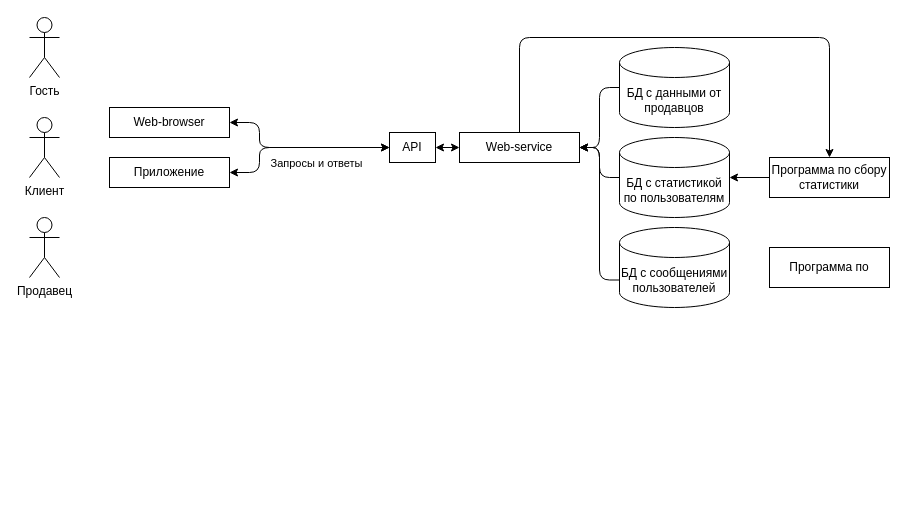
Before: Диаграмма без названия.drawio in IlyaSannikow/e-catalog.ru, a draw.io diagram. Source tidied: cells renumbered, new cells numbered last; positions are measured from the earlier drawing's top-left corner, leaving out a move shared by most shapes. Both pictures are drawn from the tidied source at 100%, with x=0, y=0 at pixel (29, 17).
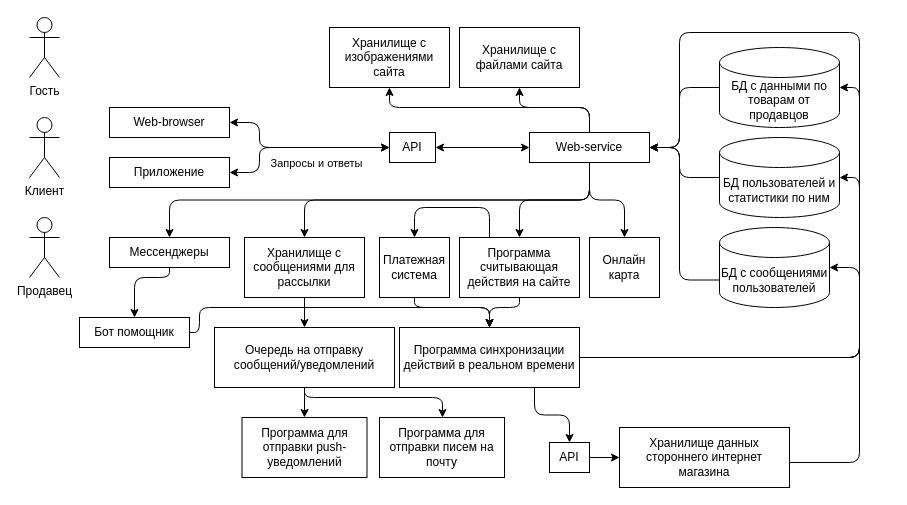
The same page after the edit.

Commit message:
Диаграмма компонентов

Diff of the diagram source:
```diff
@@
-    <mxCell id="7" style="edgeStyle=orthogonalEdgeStyle;rounded=1;jettySize=auto;html=1;exitX=0.5;exitY=0;exitDx=0;exitDy=0;entryX=0.5;entryY=0;entryDx=0;entryDy=0;" parent="1" edge="1" source="8" target="20">
-      <mxGeometry relative="1" as="geometry">
-        <Array as="points">
-          <mxPoint x="490" y="20" />
-          <mxPoint x="800" y="20" />
-        </Array>
-      </mxGeometry>
-    </mxCell>
+    <mxCell id="23" style="edgeStyle=orthogonalEdgeStyle;rounded=1;jettySize=auto;html=1;exitX=0.5;exitY=1;exitDx=0;exitDy=0;entryX=0.5;entryY=0;entryDx=0;entryDy=0;" parent="1" edge="1" source="8" target="22">
+      <mxGeometry relative="1" as="geometry" />
+    </mxCell>
+    <mxCell id="24" style="edgeStyle=orthogonalEdgeStyle;rounded=1;jettySize=auto;html=1;exitX=0.25;exitY=0;exitDx=0;exitDy=0;entryX=0.5;entryY=0;entryDx=0;entryDy=0;" parent="1" edge="1" source="22" target="29">
+      <mxGeometry relative="1" as="geometry">
+        <Array as="points">
+          <mxPoint x="460" y="190" />
+          <mxPoint x="385" y="190" />
+        </Array>
+      </mxGeometry>
+    </mxCell>
+    <mxCell id="25" style="edgeStyle=orthogonalEdgeStyle;rounded=1;jettySize=auto;html=1;exitX=0.5;exitY=0;exitDx=0;exitDy=0;entryX=0.5;entryY=1;entryDx=0;entryDy=0;" parent="1" edge="1" source="8" target="49">
+      <mxGeometry relative="1" as="geometry">
+        <Array as="points">
+          <mxPoint x="560" y="90" />
+          <mxPoint x="490" y="90" />
+        </Array>
+      </mxGeometry>
+    </mxCell>
+    <mxCell id="26" style="edgeStyle=orthogonalEdgeStyle;rounded=1;jettySize=auto;html=1;exitX=0.5;exitY=0;exitDx=0;exitDy=0;entryX=0.5;entryY=1;entryDx=0;entryDy=0;" parent="1" edge="1" source="8" target="50">
+      <mxGeometry relative="1" as="geometry">
+        <Array as="points">
+          <mxPoint x="560" y="90" />
+          <mxPoint x="360" y="90" />
+        </Array>
+      </mxGeometry>
+    </mxCell>
+    <mxCell id="27" style="edgeStyle=orthogonalEdgeStyle;rounded=1;jettySize=auto;html=1;exitX=0.5;exitY=1;exitDx=0;exitDy=0;entryX=0.5;entryY=0;entryDx=0;entryDy=0;" parent="1" edge="1" source="8" target="52">
+      <mxGeometry relative="1" as="geometry" />
+    </mxCell>
+    <mxCell id="28" style="edgeStyle=orthogonalEdgeStyle;rounded=1;jettySize=auto;html=1;exitX=0.5;exitY=1;exitDx=0;exitDy=0;entryX=0.5;entryY=0;entryDx=0;entryDy=0;" parent="1" edge="1" source="8" target="55">
+      <mxGeometry relative="1" as="geometry" />
+    </mxCell>
     <mxCell id="8" value="Web-service" style="rounded=0;whiteSpace=wrap;html=1;" parent="1" vertex="1">
-      <mxGeometry x="430" y="115" width="120" height="30" as="geometry" />
+      <mxGeometry x="500" y="115" width="120" height="30" as="geometry" />
     </mxCell>
@@
-    <mxCell id="14" value="БД с данными от продавцов" style="shape=cylinder3;whiteSpace=wrap;html=1;boundedLbl=1;backgroundOutline=1;size=15;" parent="1" vertex="1">
-      <mxGeometry x="590" y="30" width="110" height="80" as="geometry" />
+    <mxCell id="14" value="БД с данными по товарам от продавцов" style="shape=cylinder3;whiteSpace=wrap;html=1;boundedLbl=1;backgroundOutline=1;size=15;" parent="1" vertex="1">
+      <mxGeometry x="690" y="30" width="120" height="80" as="geometry" />
     </mxCell>
-    <mxCell id="15" value="БД с статистикой по пользователям" style="shape=cylinder3;whiteSpace=wrap;html=1;boundedLbl=1;backgroundOutline=1;size=15;" parent="1" vertex="1">
-      <mxGeometry x="590" y="120" width="110" height="80" as="geometry" />
+    <mxCell id="15" value="БД пользователей и статистики по ним" style="shape=cylinder3;whiteSpace=wrap;html=1;boundedLbl=1;backgroundOutline=1;size=15;" parent="1" vertex="1">
+      <mxGeometry x="690" y="120" width="120" height="80" as="geometry" />
     </mxCell>
     <mxCell id="16" value="БД с сообщениями пользователей" style="shape=cylinder3;whiteSpace=wrap;html=1;boundedLbl=1;backgroundOutline=1;size=15;" parent="1" vertex="1">
-      <mxGeometry x="590" y="210" width="110" height="80" as="geometry" />
+      <mxGeometry x="690" y="210" width="110" height="80" as="geometry" />
     </mxCell>
     <mxCell id="17" style="endArrow=classic;html=1;rounded=1;exitX=0;exitY=0.5;exitDx=0;exitDy=0;exitPerimeter=0;entryX=1;entryY=0.5;entryDx=0;entryDy=0;edgeStyle=orthogonalEdgeStyle;" parent="1" edge="1" source="14" target="8">
-      <mxGeometry relative="1" as="geometry" />
+      <mxGeometry relative="1" as="geometry">
+        <Array as="points">
+          <mxPoint x="650" y="70" />
+          <mxPoint x="650" y="130" />
+        </Array>
+      </mxGeometry>
     </mxCell>
     <mxCell id="18" style="endArrow=classic;html=1;rounded=1;exitX=0;exitY=0.5;exitDx=0;exitDy=0;exitPerimeter=0;entryX=1;entryY=0.5;entryDx=0;entryDy=0;edgeStyle=orthogonalEdgeStyle;" parent="1" edge="1" source="15" target="8">
-      <mxGeometry relative="1" as="geometry" />
+      <mxGeometry relative="1" as="geometry">
+        <Array as="points">
+          <mxPoint x="650" y="160" />
+          <mxPoint x="650" y="130" />
+        </Array>
+      </mxGeometry>
     </mxCell>
     <mxCell id="19" style="endArrow=classic;html=1;rounded=1;exitX=0;exitY=0;exitDx=0;exitDy=52.5;exitPerimeter=0;entryX=1;entryY=0.5;entryDx=0;entryDy=0;edgeStyle=orthogonalEdgeStyle;" parent="1" edge="1" source="16" target="8">
       <mxGeometry relative="1" as="geometry">
         <Array as="points">
-          <mxPoint x="570" y="262" />
-          <mxPoint x="570" y="130" />
+          <mxPoint x="650" y="263" />
+          <mxPoint x="650" y="130" />
         </Array>
       </mxGeometry>
     </mxCell>
-    <mxCell id="20" value="Программа по сбору статистики" style="rounded=0;whiteSpace=wrap;html=1;" parent="1" vertex="1">
-      <mxGeometry x="740" y="140" width="120" height="40" as="geometry" />
-    </mxCell>
-    <mxCell id="21" style="endArrow=classic;html=1;rounded=1;entryX=1;entryY=0.5;entryDx=0;entryDy=0;entryPerimeter=0;exitX=0;exitY=0.5;exitDx=0;exitDy=0;edgeStyle=orthogonalEdgeStyle;" parent="1" edge="1" source="20" target="15">
-      <mxGeometry relative="1" as="geometry" />
-    </mxCell>
-    <mxCell id="22" value="Программа по" style="rounded=0;whiteSpace=wrap;html=1;" parent="1" vertex="1">
-      <mxGeometry x="740" y="230" width="120" height="40" as="geometry" />
+    <mxCell id="22" value="Программа считывающая действия на сайте" style="rounded=0;whiteSpace=wrap;html=1;" parent="1" vertex="1">
+      <mxGeometry x="430" y="220" width="120" height="60" as="geometry" />
     </mxCell>
+    <mxCell id="29" value="Платежная система" style="rounded=0;whiteSpace=wrap;html=1;" parent="1" vertex="1">
+      <mxGeometry x="350" y="220" width="70" height="60" as="geometry" />
+    </mxCell>
+    <mxCell id="30" value="Программа синхронизации действий в реальном времени" style="rounded=0;whiteSpace=wrap;html=1;" parent="1" vertex="1">
+      <mxGeometry x="370" y="310" width="180" height="60" as="geometry" />
+    </mxCell>
+    <mxCell id="31" style="edgeStyle=orthogonalEdgeStyle;rounded=1;jettySize=auto;html=1;exitX=0.5;exitY=1;exitDx=0;exitDy=0;entryX=0.5;entryY=0;entryDx=0;entryDy=0;" parent="1" edge="1" source="22" target="30">
+      <mxGeometry relative="1" as="geometry">
+        <Array as="points">
+          <mxPoint x="490" y="290" />
+          <mxPoint x="460" y="290" />
+        </Array>
+      </mxGeometry>
+    </mxCell>
+    <mxCell id="32" style="edgeStyle=orthogonalEdgeStyle;rounded=1;jettySize=auto;html=1;exitX=1;exitY=0.5;exitDx=0;exitDy=0;entryX=1;entryY=0.5;entryDx=0;entryDy=0;entryPerimeter=0;" parent="1" edge="1" source="30" target="16">
+      <mxGeometry relative="1" as="geometry">
+        <Array as="points">
+          <mxPoint x="830" y="340" />
+          <mxPoint x="830" y="250" />
+        </Array>
+      </mxGeometry>
+    </mxCell>
+    <mxCell id="33" style="edgeStyle=orthogonalEdgeStyle;rounded=1;jettySize=auto;html=1;exitX=1;exitY=0.5;exitDx=0;exitDy=0;entryX=1;entryY=0.5;entryDx=0;entryDy=0;entryPerimeter=0;" parent="1" edge="1" source="30" target="15">
+      <mxGeometry relative="1" as="geometry" />
+    </mxCell>
+    <mxCell id="34" style="edgeStyle=orthogonalEdgeStyle;rounded=1;jettySize=auto;html=1;exitX=1;exitY=0.5;exitDx=0;exitDy=0;entryX=1;entryY=0.5;entryDx=0;entryDy=0;entryPerimeter=0;" parent="1" edge="1" source="30" target="14">
+      <mxGeometry relative="1" as="geometry">
+        <Array as="points">
+          <mxPoint x="830" y="340" />
+          <mxPoint x="830" y="70" />
+        </Array>
+      </mxGeometry>
+    </mxCell>
+    <mxCell id="35" style="edgeStyle=orthogonalEdgeStyle;rounded=1;jettySize=auto;html=1;exitX=0.5;exitY=1;exitDx=0;exitDy=0;entryX=0.5;entryY=0;entryDx=0;entryDy=0;" parent="1" edge="1" source="29" target="30">
+      <mxGeometry relative="1" as="geometry">
+        <Array as="points">
+          <mxPoint x="385" y="290" />
+          <mxPoint x="460" y="290" />
+        </Array>
+      </mxGeometry>
+    </mxCell>
+    <mxCell id="36" value="API" style="rounded=0;whiteSpace=wrap;html=1;" parent="1" vertex="1">
+      <mxGeometry x="520" y="425" width="40" height="30" as="geometry" />
+    </mxCell>
+    <mxCell id="37" style="endArrow=classic;html=1;rounded=1;entryX=0.5;entryY=0;entryDx=0;entryDy=0;exitX=0.75;exitY=1;exitDx=0;exitDy=0;edgeStyle=orthogonalEdgeStyle;" parent="1" edge="1" source="30" target="36">
+      <mxGeometry relative="1" as="geometry" />
+    </mxCell>
+    <mxCell id="38" style="edgeStyle=orthogonalEdgeStyle;rounded=1;jettySize=auto;html=1;exitX=1;exitY=0.5;exitDx=0;exitDy=0;entryX=0;entryY=0.5;entryDx=0;entryDy=0;" parent="1" edge="1" source="36" target="40">
+      <mxGeometry relative="1" as="geometry" />
+    </mxCell>
+    <mxCell id="39" style="edgeStyle=orthogonalEdgeStyle;rounded=1;orthogonalLoop=1;jettySize=auto;html=1;exitX=1;exitY=0.5;exitDx=0;exitDy=0;" parent="1" edge="1">
+      <mxGeometry relative="1" as="geometry">
+        <mxPoint x="760" y="445" as="sourcePoint" />
+        <mxPoint x="620" y="130" as="targetPoint" />
+        <Array as="points">
+          <mxPoint x="830" y="445" />
+          <mxPoint x="830" y="15" />
+          <mxPoint x="650" y="15" />
+          <mxPoint x="650" y="130" />
+          <mxPoint x="620" y="130" />
+        </Array>
+      </mxGeometry>
+    </mxCell>
+    <mxCell id="40" value="Хранилище данных стороннего интернет магазина" style="rounded=0;whiteSpace=wrap;html=1;" parent="1" vertex="1">
+      <mxGeometry x="590" y="410" width="170" height="60" as="geometry" />
+    </mxCell>
+    <mxCell id="41" value="Программа для отправки push-уведомлений" style="rounded=0;whiteSpace=wrap;html=1;" parent="1" vertex="1">
+      <mxGeometry x="212.5" y="400" width="125" height="60" as="geometry" />
+    </mxCell>
+    <mxCell id="42" style="edgeStyle=orthogonalEdgeStyle;rounded=1;jettySize=auto;html=1;exitX=0.5;exitY=1;exitDx=0;exitDy=0;entryX=0.5;entryY=0;entryDx=0;entryDy=0;" parent="1" edge="1" source="48" target="46">
+      <mxGeometry relative="1" as="geometry" />
+    </mxCell>
+    <mxCell id="43" style="edgeStyle=orthogonalEdgeStyle;rounded=1;jettySize=auto;html=1;exitX=0.5;exitY=1;exitDx=0;exitDy=0;entryX=0.5;entryY=0;entryDx=0;entryDy=0;" parent="1" edge="1" source="8" target="48">
+      <mxGeometry relative="1" as="geometry" />
+    </mxCell>
+    <mxCell id="44" style="edgeStyle=orthogonalEdgeStyle;rounded=1;jettySize=auto;html=1;exitX=0.5;exitY=1;exitDx=0;exitDy=0;entryX=0.5;entryY=0;entryDx=0;entryDy=0;" parent="1" edge="1" source="46" target="41">
+      <mxGeometry relative="1" as="geometry" />
+    </mxCell>
+    <mxCell id="45" style="edgeStyle=orthogonalEdgeStyle;rounded=1;jettySize=auto;html=1;exitX=0.5;exitY=1;exitDx=0;exitDy=0;" parent="1" edge="1" source="46" target="47">
+      <mxGeometry relative="1" as="geometry">
+        <Array as="points">
+          <mxPoint x="275" y="380" />
+          <mxPoint x="413" y="380" />
+        </Array>
+      </mxGeometry>
+    </mxCell>
+    <mxCell id="46" value="Очередь на отправку сообщений/уведомлений" style="rounded=0;whiteSpace=wrap;html=1;" parent="1" vertex="1">
+      <mxGeometry x="185" y="310" width="180" height="60" as="geometry" />
+    </mxCell>
+    <mxCell id="47" value="Программа для отправки писем на почту" style="rounded=0;whiteSpace=wrap;html=1;" parent="1" vertex="1">
+      <mxGeometry x="350" y="400" width="125" height="60" as="geometry" />
+    </mxCell>
+    <mxCell id="48" value="Хранилище с сообщениями для рассылки" style="rounded=0;whiteSpace=wrap;html=1;" parent="1" vertex="1">
+      <mxGeometry x="215" y="220" width="120" height="60" as="geometry" />
+    </mxCell>
+    <mxCell id="49" value="Хранилище с файлами сайта" style="rounded=0;whiteSpace=wrap;html=1;" parent="1" vertex="1">
+      <mxGeometry x="430" y="10" width="120" height="60" as="geometry" />
+    </mxCell>
+    <mxCell id="50" value="Хранилище с изображениями сайта" style="rounded=0;whiteSpace=wrap;html=1;" parent="1" vertex="1">
+      <mxGeometry x="300" y="10" width="120" height="60" as="geometry" />
+    </mxCell>
+    <mxCell id="51" style="edgeStyle=orthogonalEdgeStyle;rounded=1;jettySize=auto;html=1;exitX=0.5;exitY=1;exitDx=0;exitDy=0;entryX=0.5;entryY=0;entryDx=0;entryDy=0;" parent="1" edge="1" source="52" target="54">
+      <mxGeometry relative="1" as="geometry">
+        <Array as="points">
+          <mxPoint x="140" y="260" />
+          <mxPoint x="105" y="260" />
+        </Array>
+      </mxGeometry>
+    </mxCell>
+    <mxCell id="52" value="Мессенджеры" style="rounded=0;whiteSpace=wrap;html=1;" parent="1" vertex="1">
+      <mxGeometry x="80" y="220" width="120" height="30" as="geometry" />
+    </mxCell>
+    <mxCell id="53" style="edgeStyle=orthogonalEdgeStyle;rounded=1;jettySize=auto;html=1;exitX=1;exitY=0.5;exitDx=0;exitDy=0;entryX=0.5;entryY=0;entryDx=0;entryDy=0;" parent="1" edge="1" source="54" target="30">
+      <mxGeometry relative="1" as="geometry">
+        <Array as="points">
+          <mxPoint x="170" y="315" />
+          <mxPoint x="170" y="290" />
+          <mxPoint x="460" y="290" />
+        </Array>
+      </mxGeometry>
+    </mxCell>
+    <mxCell id="54" value="Бот помощник" style="rounded=0;whiteSpace=wrap;html=1;" parent="1" vertex="1">
+      <mxGeometry x="50" y="300" width="110" height="30" as="geometry" />
+    </mxCell>
+    <mxCell id="55" value="Онлайн карта" style="rounded=0;whiteSpace=wrap;html=1;" parent="1" vertex="1">
+      <mxGeometry x="560" y="220" width="70" height="60" as="geometry" />
+    </mxCell>
```
